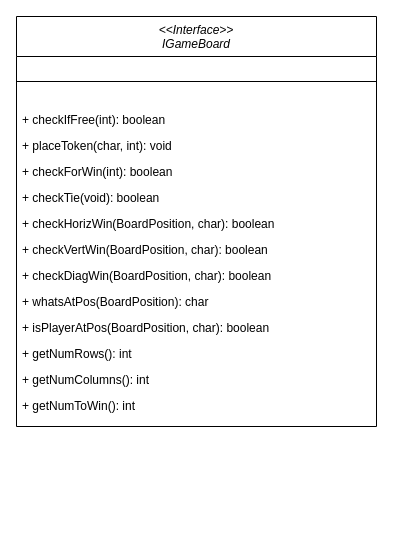
c-tollison/extendedConnectX keeps this draw.io diagram as DRAW_IO/IGameBoard.drawio. Above is the earlier version. Source tidied: cells renumbered, new cells numbered last; positions are measured from the earlier drawing's top-left corner, leaving out a move shared by most shapes. Both pictures are drawn from the tidied source at 100%, with x=0, y=0 at pixel (16, 16).
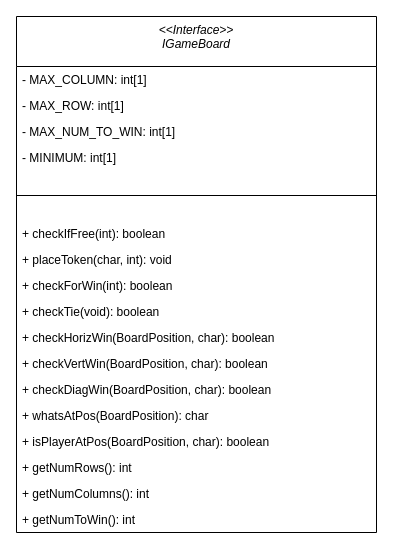
The same diagram, later.

The edit, as a diff of the source:
```diff
@@
 <mxGraphModel>
   <root>
     <mxCell id="0" />
     <mxCell id="1" parent="0" />
-    <mxCell id="2" value="&lt;&lt;Interface&gt;&gt;&#10;IGameBoard" style="swimlane;fontStyle=2;align=center;verticalAlign=top;horizontal=1;startSize=40;rounded=0;shadow=0;strokeWidth=1;" parent="1" vertex="1">
-      <mxGeometry width="360" height="410" as="geometry" />
+    <mxCell id="2" value="&lt;&lt;Interface&gt;&gt;&#10;IGameBoard" style="swimlane;fontStyle=2;align=center;verticalAlign=top;horizontal=1;startSize=50;rounded=0;shadow=0;strokeWidth=1;" parent="1" vertex="1">
+      <mxGeometry width="360" height="516" as="geometry" />
     </mxCell>
+    <mxCell id="16" value="- MAX_COLUMN: int[1]&#10;" style="text;align=left;verticalAlign=top;spacingLeft=4;spacingRight=4;overflow=hidden;" parent="2" vertex="1">
+      <mxGeometry y="50" width="360" height="26" as="geometry" />
+    </mxCell>
+    <mxCell id="17" value="- MAX_ROW: int[1]&#10;" style="text;align=left;verticalAlign=top;spacingLeft=4;spacingRight=4;overflow=hidden;" parent="2" vertex="1">
+      <mxGeometry y="76" width="360" height="26" as="geometry" />
+    </mxCell>
+    <mxCell id="18" value="- MAX_NUM_TO_WIN: int[1]&#10;" style="text;align=left;verticalAlign=top;spacingLeft=4;spacingRight=4;overflow=hidden;" parent="2" vertex="1">
+      <mxGeometry y="102" width="360" height="26" as="geometry" />
+    </mxCell>
+    <mxCell id="19" value="- MINIMUM: int[1]&#10;" style="text;align=left;verticalAlign=top;spacingLeft=4;spacingRight=4;overflow=hidden;" parent="2" vertex="1">
+      <mxGeometry y="128" width="360" height="26" as="geometry" />
+    </mxCell>
     <mxCell id="3" style="line;html=1;strokeWidth=1;align=left;verticalAlign=middle;spacingTop=-1;spacingLeft=3;spacingRight=3;labelPosition=right;" parent="2" vertex="1">
-      <mxGeometry y="40" width="360" height="50" as="geometry" />
+      <mxGeometry y="154" width="360" height="50" as="geometry" />
     </mxCell>
     <mxCell id="4" value="+ checkIfFree(int): boolean" style="text;align=left;verticalAlign=top;spacingLeft=4;spacingRight=4;overflow=hidden;" parent="2" vertex="1">
-      <mxGeometry y="90" width="360" height="26" as="geometry" />
+      <mxGeometry y="204" width="360" height="26" as="geometry" />
     </mxCell>
     <mxCell id="5" value="+ placeToken(char, int): void" style="text;align=left;verticalAlign=top;spacingLeft=4;spacingRight=4;overflow=hidden;" parent="2" vertex="1">
-      <mxGeometry y="116" width="360" height="26" as="geometry" />
+      <mxGeometry y="230" width="360" height="26" as="geometry" />
     </mxCell>
     <mxCell id="6" value="+ checkForWin(int): boolean" style="text;align=left;verticalAlign=top;spacingLeft=4;spacingRight=4;overflow=hidden;" parent="2" vertex="1">
-      <mxGeometry y="142" width="360" height="26" as="geometry" />
+      <mxGeometry y="256" width="360" height="26" as="geometry" />
     </mxCell>
     <mxCell id="7" value="+ checkTie(void): boolean" style="text;align=left;verticalAlign=top;spacingLeft=4;spacingRight=4;overflow=hidden;" parent="2" vertex="1">
-      <mxGeometry y="168" width="360" height="26" as="geometry" />
+      <mxGeometry y="282" width="360" height="26" as="geometry" />
     </mxCell>
     <mxCell id="8" value="+ checkHorizWin(BoardPosition, char): boolean" style="text;align=left;verticalAlign=top;spacingLeft=4;spacingRight=4;overflow=hidden;" parent="2" vertex="1">
-      <mxGeometry y="194" width="360" height="26" as="geometry" />
+      <mxGeometry y="308" width="360" height="26" as="geometry" />
     </mxCell>
     <mxCell id="9" value="+ checkVertWin(BoardPosition, char): boolean" style="text;align=left;verticalAlign=top;spacingLeft=4;spacingRight=4;overflow=hidden;" parent="2" vertex="1">
-      <mxGeometry y="220" width="360" height="26" as="geometry" />
+      <mxGeometry y="334" width="360" height="26" as="geometry" />
     </mxCell>
     <mxCell id="10" value="+ checkDiagWin(BoardPosition, char): boolean" style="text;align=left;verticalAlign=top;spacingLeft=4;spacingRight=4;overflow=hidden;" parent="2" vertex="1">
-      <mxGeometry y="246" width="360" height="26" as="geometry" />
+      <mxGeometry y="360" width="360" height="26" as="geometry" />
     </mxCell>
     <mxCell id="11" value="+ whatsAtPos(BoardPosition): char" style="text;align=left;verticalAlign=top;spacingLeft=4;spacingRight=4;overflow=hidden;" parent="2" vertex="1">
-      <mxGeometry y="272" width="360" height="26" as="geometry" />
+      <mxGeometry y="386" width="360" height="26" as="geometry" />
     </mxCell>
     <mxCell id="12" value="+ isPlayerAtPos(BoardPosition, char): boolean" style="text;align=left;verticalAlign=top;spacingLeft=4;spacingRight=4;overflow=hidden;" parent="2" vertex="1">
-      <mxGeometry y="298" width="360" height="26" as="geometry" />
+      <mxGeometry y="412" width="360" height="26" as="geometry" />
     </mxCell>
     <mxCell id="13" value="+ getNumRows(): int" style="text;align=left;verticalAlign=top;spacingLeft=4;spacingRight=4;overflow=hidden;" parent="2" vertex="1">
-      <mxGeometry y="324" width="360" height="26" as="geometry" />
+      <mxGeometry y="438" width="360" height="26" as="geometry" />
     </mxCell>
     <mxCell id="14" value="+ getNumColumns(): int" style="text;align=left;verticalAlign=top;spacingLeft=4;spacingRight=4;overflow=hidden;" parent="2" vertex="1">
-      <mxGeometry y="350" width="360" height="26" as="geometry" />
+      <mxGeometry y="464" width="360" height="26" as="geometry" />
     </mxCell>
     <mxCell id="15" value="+ getNumToWin(): int" style="text;align=left;verticalAlign=top;spacingLeft=4;spacingRight=4;overflow=hidden;" parent="2" vertex="1">
-      <mxGeometry y="376" width="360" height="26" as="geometry" />
+      <mxGeometry y="490" width="360" height="26" as="geometry" />
     </mxCell>
   </root>
 </mxGraphModel>
```
